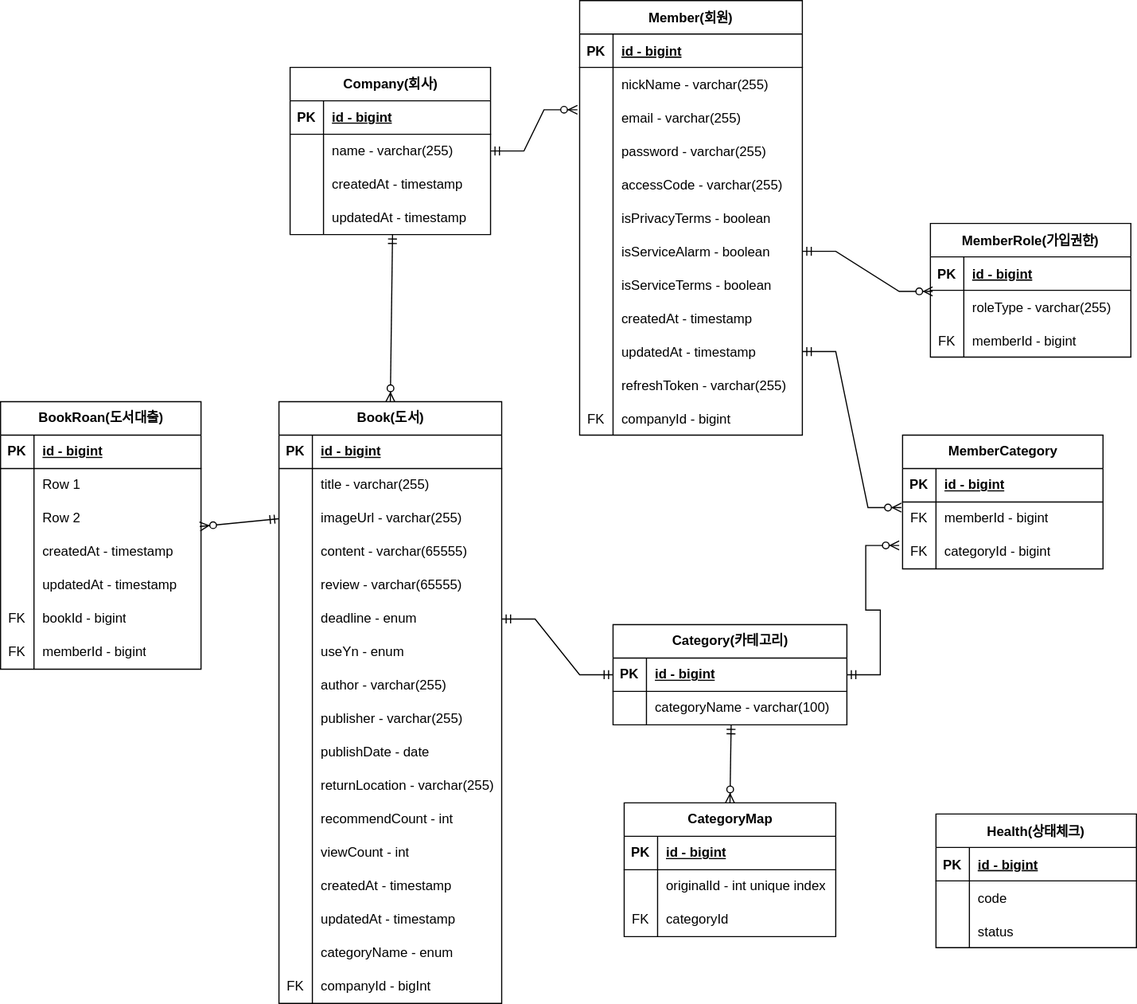
Above: document/litarary.drawio.svg in dukki-labs/litarary (draw.io), before the change. Source tidied: cells renumbered, new cells last; positions are measured from the earlier drawing's top-left corner, leaving out a move shared by most shapes.
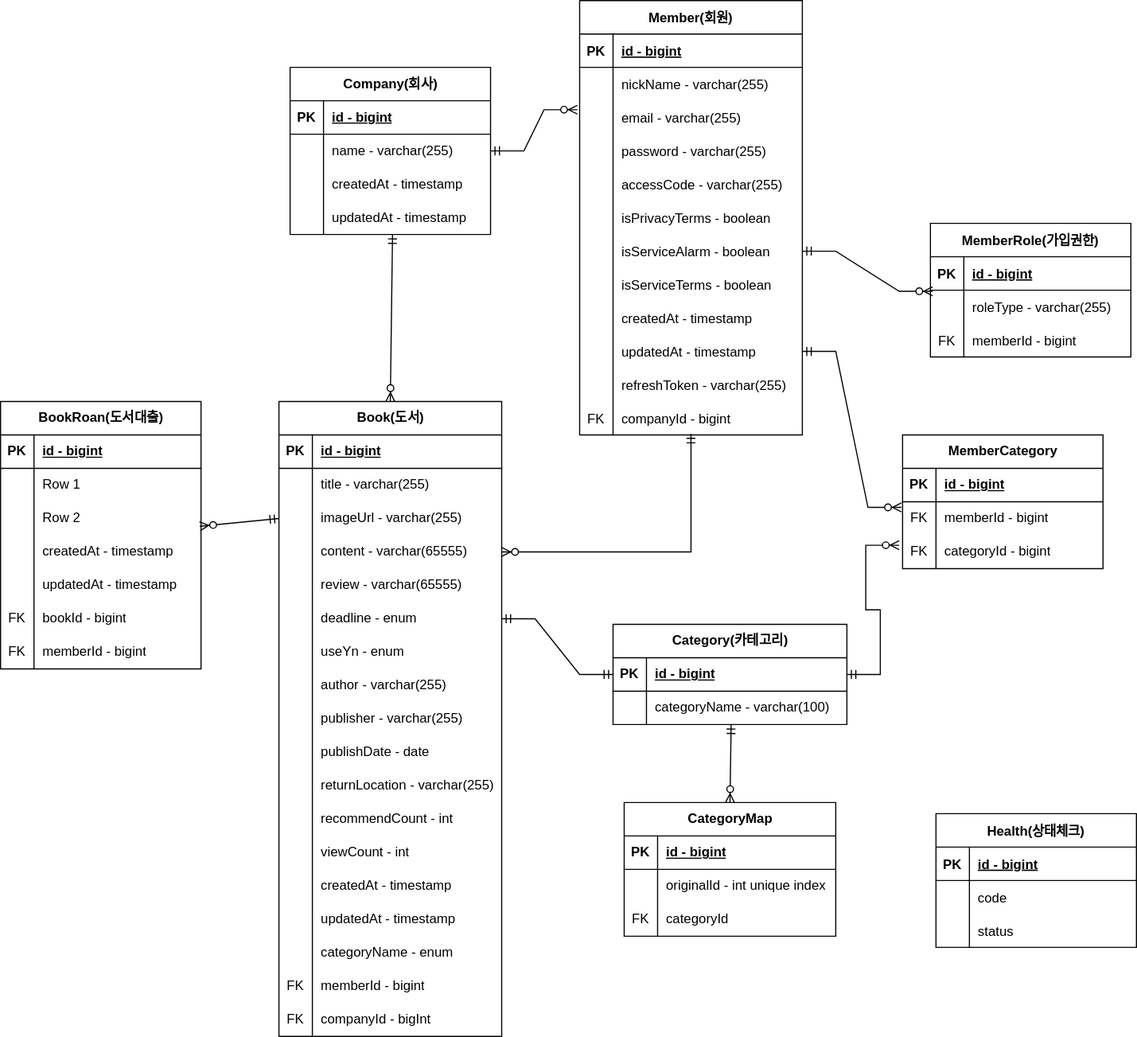
Later version of the same file.

Diff of the diagram source:
```diff
@@ -231,7 +231,7 @@
       <mxGeometry relative="1" as="geometry" />
     </mxCell>
     <mxCell id="78" value="Book(도서)" style="shape=table;startSize=30;rowLines=0;fontStyle=1;align=center;html=1;" parent="1" vertex="1">
-      <mxGeometry x="250" y="360" width="200" height="540" as="geometry" />
+      <mxGeometry x="250" y="360" width="200" height="570" as="geometry" />
     </mxCell>
     <mxCell id="79" style="shape=tableRow;horizontal=0;startSize=0;swimlaneHead=0;swimlaneBody=0;fillColor=none;top=0;left=0;right=0;bottom=1;" parent="78" vertex="1">
       <mxGeometry y="30" width="200" height="30" as="geometry" />
@@ -377,8 +377,17 @@
     <mxCell id="126" value="categoryName - enum" style="shape=partialRectangle;fillColor=none;top=0;left=0;bottom=0;right=0;align=left;spacingLeft=6;overflow=hidden;whiteSpace=wrap;html=1;" parent="124" vertex="1">
       <mxGeometry x="30" width="170" height="30" as="geometry" />
     </mxCell>
+    <mxCell id="181" style="shape=tableRow;horizontal=0;startSize=0;swimlaneHead=0;swimlaneBody=0;fillColor=none;top=0;left=0;right=0;bottom=0;" parent="78" vertex="1">
+      <mxGeometry y="510" width="200" height="30" as="geometry" />
+    </mxCell>
+    <mxCell id="182" value="FK" style="shape=partialRectangle;fillColor=none;top=0;left=0;bottom=0;right=0;overflow=hidden;whiteSpace=wrap;html=1;" parent="181" vertex="1">
+      <mxGeometry width="30" height="30" as="geometry" />
+    </mxCell>
+    <mxCell id="183" value="memberId - bigint" style="shape=partialRectangle;fillColor=none;top=0;left=0;bottom=0;right=0;align=left;spacingLeft=6;overflow=hidden;whiteSpace=wrap;html=1;" parent="181" vertex="1">
+      <mxGeometry x="30" width="170" height="30" as="geometry" />
+    </mxCell>
     <mxCell id="127" style="shape=tableRow;horizontal=0;startSize=0;swimlaneHead=0;swimlaneBody=0;fillColor=none;top=0;left=0;right=0;bottom=0;" parent="78" vertex="1">
-      <mxGeometry y="510" width="200" height="30" as="geometry" />
+      <mxGeometry y="540" width="200" height="30" as="geometry" />
     </mxCell>
     <mxCell id="128" value="FK" style="shape=partialRectangle;fillColor=none;top=0;left=0;bottom=0;right=0;overflow=hidden;whiteSpace=wrap;html=1;" parent="127" vertex="1">
       <mxGeometry width="30" height="30" as="geometry" />
@@ -539,5 +548,8 @@
     <mxCell id="180" style="fontSize=12;html=1;endArrow=ERzeroToMany;startArrow=ERmandOne;rounded=0;exitX=0.511;exitY=1;exitDx=0;exitDy=0;entryX=0.5;entryY=0;entryDx=0;entryDy=0;exitPerimeter=0;" parent="1" edge="1" source="175" target="78">
       <mxGeometry relative="1" as="geometry" />
     </mxCell>
+    <mxCell id="184" style="edgeStyle=orthogonalEdgeStyle;fontSize=12;html=1;endArrow=ERzeroToMany;startArrow=ERmandOne;rounded=0;exitX=0.5;exitY=0.967;exitDx=0;exitDy=0;entryX=1;entryY=0.5;entryDx=0;entryDy=0;exitPerimeter=0;" parent="1" edge="1" source="46" target="88">
+      <mxGeometry relative="1" as="geometry" />
+    </mxCell>
   </root>
 </mxGraphModel>
```
